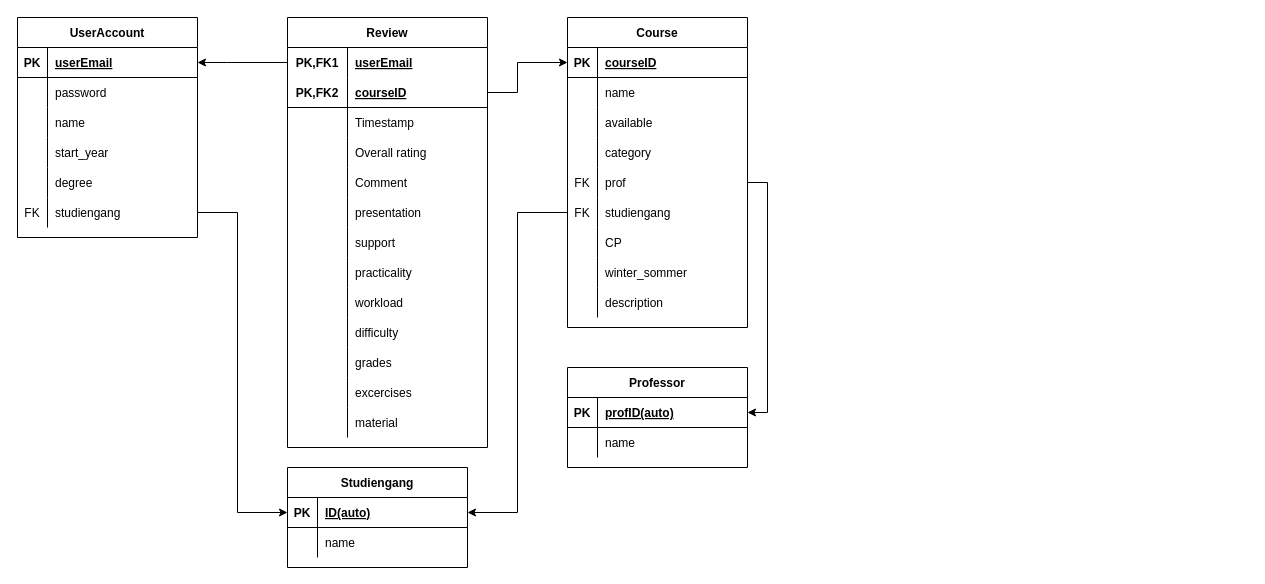
This is Documentation/Database/Database_structure.drawio from tudaGroup/lectureRate, a draw.io file, before an edit. Source tidied: cells renumbered, new cells numbered last; positions are measured from the earlier drawing's top-left corner, leaving out a move shared by most shapes. Both pictures are drawn from the tidied source at 100%, with x=0, y=0 at pixel (17, 17).
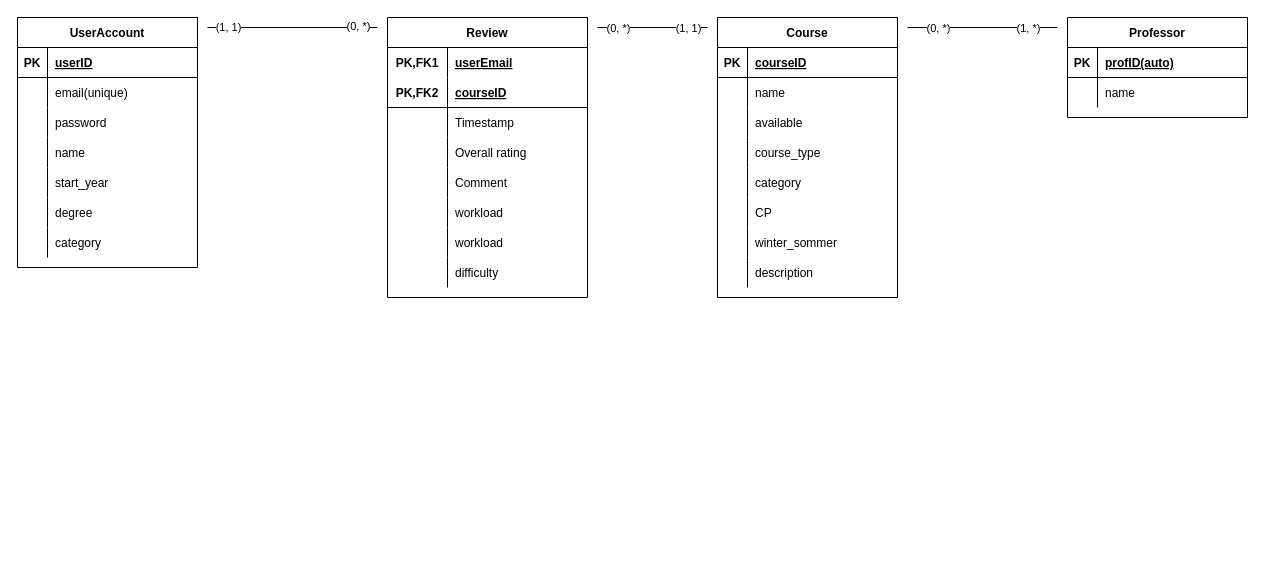
Above is the later version.

The change refers to these unchanged cells:
```xml
<mxCell id="3" style="shape=partialRectangle;fillColor=none;top=0;left=0;bottom=1;right=0;points=[[0,0.5],[1,0.5]];portConstraint=eastwest;" parent="2" vertex="1">
  <mxGeometry y="30" width="180" height="30" as="geometry" />
</mxCell>
<mxCell id="22" style="shape=partialRectangle;fillColor=none;top=0;left=0;bottom=0;right=0;points=[[0,0.5],[1,0.5]];portConstraint=eastwest;" parent="21" vertex="1">
  <mxGeometry y="30" width="200" height="30" as="geometry" />
</mxCell>
<mxCell id="25" style="shape=partialRectangle;fillColor=none;top=0;left=0;bottom=1;right=0;points=[[0,0.5],[1,0.5]];portConstraint=eastwest;" parent="21" vertex="1">
  <mxGeometry y="60" width="200" height="30" as="geometry" />
</mxCell>
<mxCell id="66" style="shape=partialRectangle;fillColor=none;top=0;left=0;bottom=1;right=0;points=[[0,0.5],[1,0.5]];portConstraint=eastwest;" parent="65" vertex="1">
  <mxGeometry y="30" width="180" height="30" as="geometry" />
</mxCell>
<mxCell id="75" style="shape=partialRectangle;fillColor=none;top=0;left=0;bottom=0;right=0;" parent="65" vertex="1">
  <mxGeometry y="120" width="180" height="30" as="geometry" />
</mxCell>
<mxCell id="95" style="shape=partialRectangle;fillColor=none;top=0;left=0;bottom=1;right=0;points=[[0,0.5],[1,0.5]];portConstraint=eastwest;" parent="94" vertex="1">
  <mxGeometry y="30" width="180" height="30" as="geometry" />
</mxCell>
```

Change to the diagram source:
```diff
@@
     <mxCell id="2" value="UserAccount" style="shape=table;startSize=30;childLayout=tableLayout;rowLines=0;fontStyle=1;align=center;" parent="1" vertex="1">
-      <mxGeometry width="180" height="220" as="geometry" />
+      <mxGeometry width="180" height="250" as="geometry" />
     </mxCell>
@@
-    <mxCell id="5" value="userEmail" style="shape=partialRectangle;fillColor=none;top=0;left=0;bottom=0;right=0;align=left;spacingLeft=6;fontStyle=5;overflow=hidden;" parent="3" vertex="1">
+    <mxCell id="5" value="userID" style="shape=partialRectangle;fillColor=none;top=0;left=0;bottom=0;right=0;align=left;spacingLeft=6;fontStyle=5;overflow=hidden;" parent="3" vertex="1">
       <mxGeometry x="30" width="150" height="30" as="geometry" />
     </mxCell>
+    <mxCell id="105" style="shape=partialRectangle;fillColor=none;top=0;left=0;bottom=0;right=0;" parent="2" vertex="1">
+      <mxGeometry y="60" width="180" height="30" as="geometry" />
+    </mxCell>
+    <mxCell id="106" style="shape=partialRectangle;fillColor=none;top=0;left=0;bottom=0;right=0;overflow=hidden;" parent="105" vertex="1">
+      <mxGeometry width="30" height="30" as="geometry" />
+    </mxCell>
+    <mxCell id="108" value="email(unique)" style="shape=partialRectangle;fillColor=none;top=0;left=0;bottom=0;right=0;align=left;spacingLeft=6;overflow=hidden;" parent="105" vertex="1">
+      <mxGeometry x="30" width="150" height="30" as="geometry" />
+    </mxCell>
     <mxCell id="6" style="shape=partialRectangle;fillColor=none;top=0;left=0;bottom=0;right=0;" parent="2" vertex="1">
-      <mxGeometry y="60" width="180" height="30" as="geometry" />
+      <mxGeometry y="90" width="180" height="30" as="geometry" />
     </mxCell>
@@
     <mxCell id="9" style="shape=partialRectangle;fillColor=none;top=0;left=0;bottom=0;right=0;" parent="2" vertex="1">
-      <mxGeometry y="90" width="180" height="30" as="geometry" />
+      <mxGeometry y="120" width="180" height="30" as="geometry" />
     </mxCell>
@@
     <mxCell id="12" style="shape=partialRectangle;fillColor=none;top=0;left=0;bottom=0;right=0;" parent="2" vertex="1">
-      <mxGeometry y="120" width="180" height="30" as="geometry" />
+      <mxGeometry y="150" width="180" height="30" as="geometry" />
     </mxCell>
@@
     <mxCell id="15" style="shape=partialRectangle;fillColor=none;top=0;left=0;bottom=0;right=0;" parent="2" vertex="1">
-      <mxGeometry y="150" width="180" height="30" as="geometry" />
+      <mxGeometry y="180" width="180" height="30" as="geometry" />
     </mxCell>
@@
     <mxCell id="18" style="shape=partialRectangle;fillColor=none;top=0;left=0;bottom=0;right=0;points=[[0,0.5],[1,0.5]];portConstraint=eastwest;" parent="2" vertex="1">
-      <mxGeometry y="180" width="180" height="30" as="geometry" />
+      <mxGeometry y="210" width="180" height="30" as="geometry" />
     </mxCell>
-    <mxCell id="19" value="FK" style="shape=partialRectangle;fillColor=none;top=0;left=0;bottom=0;right=0;overflow=hidden;" parent="18" vertex="1">
+    <mxCell id="19" style="shape=partialRectangle;fillColor=none;top=0;left=0;bottom=0;right=0;overflow=hidden;" parent="18" vertex="1">
       <mxGeometry width="30" height="30" as="geometry" />
     </mxCell>
-    <mxCell id="20" value="studiengang" style="shape=partialRectangle;fillColor=none;top=0;left=0;bottom=0;right=0;align=left;spacingLeft=6;overflow=hidden;" parent="18" vertex="1">
+    <mxCell id="20" value="category" style="shape=partialRectangle;fillColor=none;top=0;left=0;bottom=0;right=0;align=left;spacingLeft=6;overflow=hidden;" parent="18" vertex="1">
       <mxGeometry x="30" width="150" height="30" as="geometry" />
     </mxCell>
+    <mxCell id="109" style="endArrow=none;html=1;" parent="1" edge="1">
+      <mxGeometry relative="1" as="geometry">
+        <mxPoint x="890" y="10" as="sourcePoint" />
+        <mxPoint x="1040" y="10" as="targetPoint" />
+      </mxGeometry>
+    </mxCell>
+    <mxCell id="110" value="(1, *)" style="edgeLabel;html=1;align=center;verticalAlign=middle;" parent="109" vertex="1">
+      <mxGeometry x="0.81" y="4" relative="1" as="geometry">
+        <mxPoint x="-16" y="4" as="offset" />
+      </mxGeometry>
+    </mxCell>
+    <mxCell id="111" value="(0, *)" style="edgeLabel;html=1;align=center;verticalAlign=middle;" parent="109" vertex="1">
+      <mxGeometry x="-0.81" y="5" relative="1" as="geometry">
+        <mxPoint x="16" y="5" as="offset" />
+      </mxGeometry>
+    </mxCell>
+    <mxCell id="112" style="endArrow=none;html=1;" parent="1" edge="1">
+      <mxGeometry relative="1" as="geometry">
+        <mxPoint x="580" y="10" as="sourcePoint" />
+        <mxPoint x="690" y="10" as="targetPoint" />
+      </mxGeometry>
+    </mxCell>
+    <mxCell id="113" value="(1, 1)" style="edgeLabel;html=1;align=center;verticalAlign=middle;" parent="112" vertex="1">
+      <mxGeometry x="0.68" y="2" relative="1" as="geometry">
+        <mxPoint x="-2" y="2" as="offset" />
+      </mxGeometry>
+    </mxCell>
+    <mxCell id="114" value="(0, *)" style="edgeLabel;html=1;align=center;verticalAlign=middle;" parent="112" vertex="1">
+      <mxGeometry x="-0.78" y="-3" relative="1" as="geometry">
+        <mxPoint x="8" y="-3" as="offset" />
+      </mxGeometry>
+    </mxCell>
+    <mxCell id="115" style="endArrow=none;html=1;" parent="1" edge="1">
+      <mxGeometry relative="1" as="geometry">
+        <mxPoint x="190" y="10" as="sourcePoint" />
+        <mxPoint x="360" y="10" as="targetPoint" />
+      </mxGeometry>
+    </mxCell>
+    <mxCell id="116" value="(1, 1)" style="edgeLabel;html=1;align=center;verticalAlign=middle;" parent="115" vertex="1">
+      <mxGeometry x="-0.89" y="1" relative="1" as="geometry">
+        <mxPoint x="11" as="offset" />
+      </mxGeometry>
+    </mxCell>
+    <mxCell id="117" value="(0, *)" style="edgeLabel;html=1;align=center;verticalAlign=middle;" parent="115" vertex="1">
+      <mxGeometry x="0.8" y="2" relative="1" as="geometry">
+        <mxPoint x="-3" as="offset" />
+      </mxGeometry>
+    </mxCell>
     <mxCell id="21" value="Review" style="shape=table;startSize=30;childLayout=tableLayout;rowLines=0;fontStyle=1;align=center;" parent="1" vertex="1">
-      <mxGeometry x="270" width="200" height="430" as="geometry" />
+      <mxGeometry x="370" width="200" height="280" as="geometry" />
     </mxCell>
@@
-    <mxCell id="37" style="shape=partialRectangle;fillColor=none;top=0;left=0;bottom=0;right=0;" parent="21" vertex="1">
-      <mxGeometry y="180" width="200" height="30" as="geometry" />
-    </mxCell>
-    <mxCell id="38" style="shape=partialRectangle;fillColor=none;top=0;left=0;bottom=0;right=0;overflow=hidden;" parent="37" vertex="1">
-      <mxGeometry width="60" height="30" as="geometry" />
-    </mxCell>
-    <mxCell id="39" value="presentation" style="shape=partialRectangle;fillColor=none;top=0;left=0;bottom=0;right=0;align=left;spacingLeft=6;overflow=hidden;" parent="37" vertex="1">
-      <mxGeometry x="60" width="140" height="30" as="geometry" />
-    </mxCell>
-    <mxCell id="40" style="shape=partialRectangle;fillColor=none;top=0;left=0;bottom=0;right=0;" parent="21" vertex="1">
-      <mxGeometry y="210" width="200" height="30" as="geometry" />
-    </mxCell>
-    <mxCell id="41" style="shape=partialRectangle;fillColor=none;top=0;left=0;bottom=0;right=0;overflow=hidden;" parent="40" vertex="1">
-      <mxGeometry width="60" height="30" as="geometry" />
-    </mxCell>
-    <mxCell id="42" value="support" style="shape=partialRectangle;fillColor=none;top=0;left=0;bottom=0;right=0;align=left;spacingLeft=6;overflow=hidden;" parent="40" vertex="1">
-      <mxGeometry x="60" width="140" height="30" as="geometry" />
-    </mxCell>
-    <mxCell id="43" style="shape=partialRectangle;fillColor=none;top=0;left=0;bottom=0;right=0;" parent="21" vertex="1">
-      <mxGeometry y="240" width="200" height="30" as="geometry" />
-    </mxCell>
-    <mxCell id="44" style="shape=partialRectangle;fillColor=none;top=0;left=0;bottom=0;right=0;overflow=hidden;" parent="43" vertex="1">
-      <mxGeometry width="60" height="30" as="geometry" />
-    </mxCell>
-    <mxCell id="45" value="practicality" style="shape=partialRectangle;fillColor=none;top=0;left=0;bottom=0;right=0;align=left;spacingLeft=6;overflow=hidden;" parent="43" vertex="1">
-      <mxGeometry x="60" width="140" height="30" as="geometry" />
-    </mxCell>
     <mxCell id="46" style="shape=partialRectangle;fillColor=none;top=0;left=0;bottom=0;right=0;" parent="21" vertex="1">
-      <mxGeometry y="270" width="200" height="30" as="geometry" />
+      <mxGeometry y="180" width="200" height="30" as="geometry" />
     </mxCell>
@@
+    <mxCell id="40" style="shape=partialRectangle;fillColor=none;top=0;left=0;bottom=0;right=0;" parent="21" vertex="1">
+      <mxGeometry y="210" width="200" height="30" as="geometry" />
+    </mxCell>
+    <mxCell id="118" style="shape=partialRectangle;fillColor=none;top=0;left=0;bottom=0;right=0;overflow=hidden;" parent="40" vertex="1">
+      <mxGeometry width="60" height="30" as="geometry" />
+    </mxCell>
+    <mxCell id="119" value="workload" style="shape=partialRectangle;fillColor=none;top=0;left=0;bottom=0;right=0;align=left;spacingLeft=6;overflow=hidden;" parent="40" vertex="1">
+      <mxGeometry x="60" width="140" height="30" as="geometry" />
+    </mxCell>
     <mxCell id="49" style="shape=partialRectangle;fillColor=none;top=0;left=0;bottom=0;right=0;" parent="21" vertex="1">
-      <mxGeometry y="300" width="200" height="30" as="geometry" />
+      <mxGeometry y="240" width="200" height="30" as="geometry" />
     </mxCell>
@@
-    <mxCell id="52" style="shape=partialRectangle;fillColor=none;top=0;left=0;bottom=0;right=0;" parent="21" vertex="1">
-      <mxGeometry y="330" width="200" height="30" as="geometry" />
-    </mxCell>
-    <mxCell id="53" style="shape=partialRectangle;fillColor=none;top=0;left=0;bottom=0;right=0;overflow=hidden;" parent="52" vertex="1">
-      <mxGeometry width="60" height="30" as="geometry" />
-    </mxCell>
-    <mxCell id="54" value="grades" style="shape=partialRectangle;fillColor=none;top=0;left=0;bottom=0;right=0;align=left;spacingLeft=6;overflow=hidden;" parent="52" vertex="1">
-      <mxGeometry x="60" width="140" height="30" as="geometry" />
-    </mxCell>
-    <mxCell id="55" style="shape=partialRectangle;fillColor=none;top=0;left=0;bottom=0;right=0;" parent="21" vertex="1">
-      <mxGeometry y="360" width="200" height="30" as="geometry" />
-    </mxCell>
-    <mxCell id="56" style="shape=partialRectangle;fillColor=none;top=0;left=0;bottom=0;right=0;overflow=hidden;" parent="55" vertex="1">
-      <mxGeometry width="60" height="30" as="geometry" />
-    </mxCell>
-    <mxCell id="57" value="excercises" style="shape=partialRectangle;fillColor=none;top=0;left=0;bottom=0;right=0;align=left;spacingLeft=6;overflow=hidden;" parent="55" vertex="1">
-      <mxGeometry x="60" width="140" height="30" as="geometry" />
-    </mxCell>
-    <mxCell id="58" style="shape=partialRectangle;fillColor=none;top=0;left=0;bottom=0;right=0;" parent="21" vertex="1">
-      <mxGeometry y="390" width="200" height="30" as="geometry" />
-    </mxCell>
-    <mxCell id="59" style="shape=partialRectangle;fillColor=none;top=0;left=0;bottom=0;right=0;overflow=hidden;" parent="58" vertex="1">
-      <mxGeometry width="60" height="30" as="geometry" />
-    </mxCell>
-    <mxCell id="60" value="material" style="shape=partialRectangle;fillColor=none;top=0;left=0;bottom=0;right=0;align=left;spacingLeft=6;overflow=hidden;" parent="58" vertex="1">
-      <mxGeometry x="60" width="140" height="30" as="geometry" />
-    </mxCell>
-    <mxCell id="61" style="edgeStyle=orthogonalEdgeStyle;rounded=0;jettySize=auto;html=1;entryX=0;entryY=0.5;entryDx=0;entryDy=0;exitX=1;exitY=0.5;exitDx=0;exitDy=0;" parent="1" edge="1" source="18" target="102">
-      <mxGeometry relative="1" as="geometry">
-        <Array as="points">
-          <mxPoint x="220" y="195" />
-          <mxPoint x="220" y="495" />
-        </Array>
-      </mxGeometry>
-    </mxCell>
-    <mxCell id="62" style="edgeStyle=orthogonalEdgeStyle;rounded=0;jettySize=auto;html=1;entryX=1;entryY=0.5;entryDx=0;entryDy=0;" parent="1" edge="1" source="22" target="3">
-      <mxGeometry relative="1" as="geometry">
-        <Array as="points">
-          <mxPoint x="210" y="45" />
-          <mxPoint x="210" y="45" />
-        </Array>
-      </mxGeometry>
-    </mxCell>
-    <mxCell id="63" style="edgeStyle=orthogonalEdgeStyle;rounded=0;jettySize=auto;html=1;entryX=0;entryY=0.5;entryDx=0;entryDy=0;" parent="1" edge="1" source="25" target="66">
-      <mxGeometry relative="1" as="geometry">
-        <Array as="points">
-          <mxPoint x="500" y="75" />
-          <mxPoint x="500" y="45" />
-        </Array>
-      </mxGeometry>
-    </mxCell>
-    <mxCell id="64" style="edgeStyle=orthogonalEdgeStyle;rounded=0;jettySize=auto;html=1;entryX=1;entryY=0.5;entryDx=0;entryDy=0;" parent="1" edge="1" source="81" target="102">
-      <mxGeometry relative="1" as="geometry">
-        <Array as="points">
-          <mxPoint x="500" y="195" />
-          <mxPoint x="500" y="495" />
-        </Array>
-      </mxGeometry>
-    </mxCell>
     <mxCell id="65" value="Course" style="shape=table;startSize=30;childLayout=tableLayout;rowLines=0;fontStyle=1;align=center;" parent="1" vertex="1">
-      <mxGeometry x="550" width="180" height="310" as="geometry" />
+      <mxGeometry x="700" width="180" height="280" as="geometry" />
     </mxCell>
@@
-    <mxCell id="77" value="category" style="shape=partialRectangle;fillColor=none;top=0;left=0;bottom=0;right=0;align=left;spacingLeft=6;overflow=hidden;" parent="75" vertex="1">
+    <mxCell id="77" value="course_type" style="shape=partialRectangle;fillColor=none;top=0;left=0;bottom=0;right=0;align=left;spacingLeft=6;overflow=hidden;" parent="75" vertex="1">
       <mxGeometry x="30" width="150" height="30" as="geometry" />
     </mxCell>
-    <mxCell id="78" style="shape=partialRectangle;fillColor=none;top=0;left=0;bottom=0;right=0;points=[[0,0.5],[1,0.5]];portConstraint=eastwest;" parent="65" vertex="1">
-      <mxGeometry y="150" width="180" height="30" as="geometry" />
-    </mxCell>
-    <mxCell id="79" value="FK" style="shape=partialRectangle;fillColor=none;top=0;left=0;bottom=0;right=0;overflow=hidden;" parent="78" vertex="1">
-      <mxGeometry width="30" height="30" as="geometry" />
-    </mxCell>
-    <mxCell id="80" value="prof" style="shape=partialRectangle;fillColor=none;top=0;left=0;bottom=0;right=0;align=left;spacingLeft=6;overflow=hidden;" parent="78" vertex="1">
-      <mxGeometry x="30" width="150" height="30" as="geometry" />
-    </mxCell>
     <mxCell id="81" style="shape=partialRectangle;fillColor=none;top=0;left=0;bottom=0;right=0;points=[[0,0.5],[1,0.5]];portConstraint=eastwest;" parent="65" vertex="1">
-      <mxGeometry y="180" width="180" height="30" as="geometry" />
+      <mxGeometry y="150" width="180" height="30" as="geometry" />
     </mxCell>
-    <mxCell id="82" value="FK" style="shape=partialRectangle;fillColor=none;top=0;left=0;bottom=0;right=0;overflow=hidden;" parent="81" vertex="1">
+    <mxCell id="82" style="shape=partialRectangle;fillColor=none;top=0;left=0;bottom=0;right=0;overflow=hidden;" parent="81" vertex="1">
       <mxGeometry width="30" height="30" as="geometry" />
     </mxCell>
-    <mxCell id="83" value="studiengang" style="shape=partialRectangle;fillColor=none;top=0;left=0;bottom=0;right=0;align=left;spacingLeft=6;overflow=hidden;" parent="81" vertex="1">
+    <mxCell id="83" value="category" style="shape=partialRectangle;fillColor=none;top=0;left=0;bottom=0;right=0;align=left;spacingLeft=6;overflow=hidden;" parent="81" vertex="1">
       <mxGeometry x="30" width="150" height="30" as="geometry" />
     </mxCell>
     <mxCell id="84" style="shape=partialRectangle;fillColor=none;top=0;left=0;bottom=0;right=0;" parent="65" vertex="1">
-      <mxGeometry y="210" width="180" height="30" as="geometry" />
+      <mxGeometry y="180" width="180" height="30" as="geometry" />
     </mxCell>
@@
     <mxCell id="87" style="shape=partialRectangle;fillColor=none;top=0;left=0;bottom=0;right=0;" parent="65" vertex="1">
-      <mxGeometry y="240" width="180" height="30" as="geometry" />
+      <mxGeometry y="210" width="180" height="30" as="geometry" />
     </mxCell>
@@
     <mxCell id="90" style="shape=partialRectangle;fillColor=none;top=0;left=0;bottom=0;right=0;" parent="65" vertex="1">
-      <mxGeometry y="270" width="180" height="30" as="geometry" />
+      <mxGeometry y="240" width="180" height="30" as="geometry" />
     </mxCell>
@@
-    <mxCell id="93" style="edgeStyle=orthogonalEdgeStyle;rounded=0;jettySize=auto;html=1;entryX=1;entryY=0.5;entryDx=0;entryDy=0;exitX=1;exitY=0.5;exitDx=0;exitDy=0;" parent="1" edge="1" source="78" target="95">
-      <mxGeometry relative="1" as="geometry" />
-    </mxCell>
     <mxCell id="94" value="Professor" style="shape=table;startSize=30;childLayout=tableLayout;rowLines=0;fontStyle=1;align=center;" parent="1" vertex="1">
-      <mxGeometry x="550" y="350" width="180" height="100" as="geometry" />
+      <mxGeometry x="1050" width="180" height="100" as="geometry" />
     </mxCell>
@@
-    <mxCell id="101" value="Studiengang" style="shape=table;startSize=30;childLayout=tableLayout;rowLines=0;fontStyle=1;align=center;" parent="1" vertex="1">
-      <mxGeometry x="270" y="450" width="180" height="100" as="geometry" />
-    </mxCell>
-    <mxCell id="102" style="shape=partialRectangle;fillColor=none;top=0;left=0;bottom=1;right=0;points=[[0,0.5],[1,0.5]];portConstraint=eastwest;" parent="101" vertex="1">
-      <mxGeometry y="30" width="180" height="30" as="geometry" />
-    </mxCell>
-    <mxCell id="103" value="PK" style="shape=partialRectangle;fillColor=none;top=0;left=0;bottom=0;right=0;fontStyle=1;overflow=hidden;" parent="102" vertex="1">
-      <mxGeometry width="30" height="30" as="geometry" />
-    </mxCell>
-    <mxCell id="104" value="ID(auto)" style="shape=partialRectangle;fillColor=none;top=0;left=0;bottom=0;right=0;align=left;spacingLeft=6;fontStyle=5;overflow=hidden;" parent="102" vertex="1">
-      <mxGeometry x="30" width="150" height="30" as="geometry" />
-    </mxCell>
-    <mxCell id="105" style="shape=partialRectangle;fillColor=none;top=0;left=0;bottom=0;right=0;" parent="101" vertex="1">
-      <mxGeometry y="60" width="180" height="30" as="geometry" />
-    </mxCell>
-    <mxCell id="106" style="shape=partialRectangle;fillColor=none;top=0;left=0;bottom=0;right=0;overflow=hidden;" parent="105" vertex="1">
-      <mxGeometry width="30" height="30" as="geometry" />
-    </mxCell>
-    <mxCell id="107" value="name" style="shape=partialRectangle;fillColor=none;top=0;left=0;bottom=0;right=0;align=left;spacingLeft=6;overflow=hidden;" parent="105" vertex="1">
-      <mxGeometry x="30" width="150" height="30" as="geometry" />
-    </mxCell>
```
